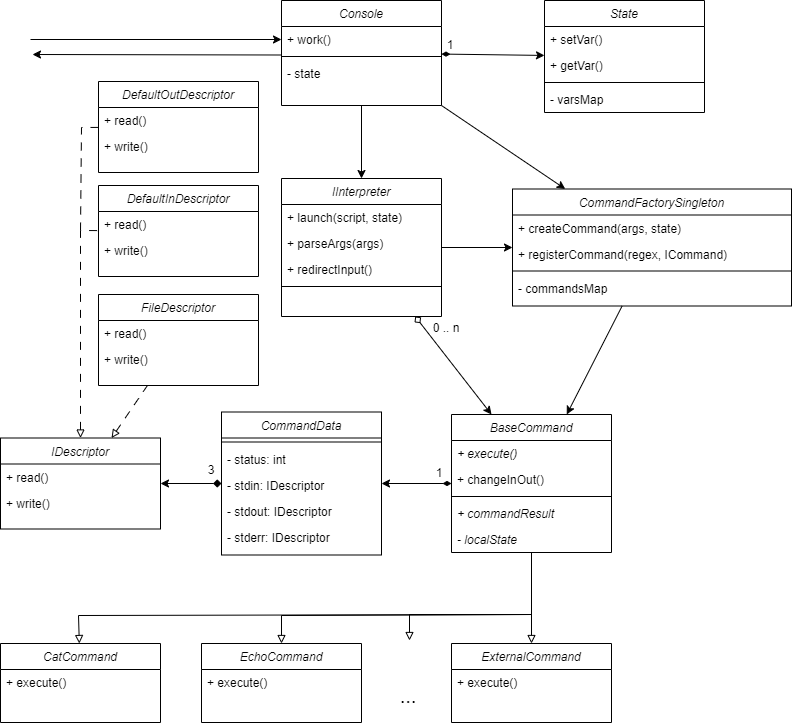
Above: .data/console.png in IThror10/itmo_se (draw.io), before the change. Source tidied: cells renumbered, new cells last; positions are measured from the earlier drawing's top-left corner, leaving out a move shared by most shapes.
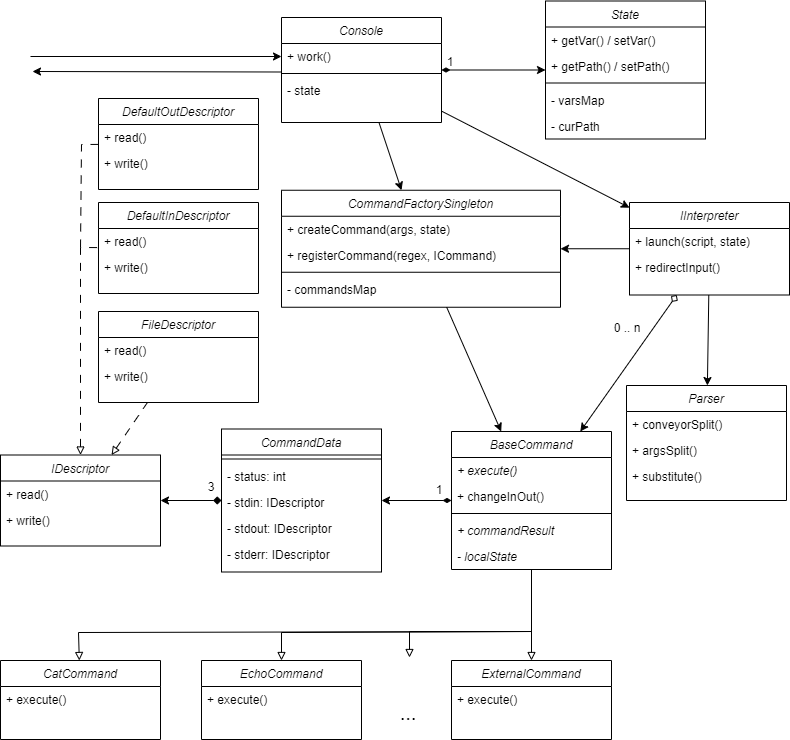
Above is the later version.

Commit message:
[FR-#3.1] Add fixes to architecture diagramm

The edit, as a diff of the source:
```diff
@@ -54,22 +54,16 @@
       <mxGeometry y="26" width="160" height="26" as="geometry" />
     </mxCell>
     <mxCell id="19" value="IInterpreter" style="swimlane;fontStyle=2;align=center;verticalAlign=top;horizontal=1;startSize=26;rounded=0;shadow=0;strokeWidth=1;" parent="1" vertex="1">
-      <mxGeometry x="281" y="178" width="160" height="138" as="geometry" />
+      <mxGeometry x="629" y="185" width="160" height="92.5" as="geometry" />
     </mxCell>
     <mxCell id="20" value="+ launch(script, state)" style="text;align=left;verticalAlign=top;spacingLeft=4;spacingRight=4;overflow=hidden;rounded=0;shadow=0;html=0;" parent="19" vertex="1">
       <mxGeometry y="26" width="160" height="26" as="geometry" />
     </mxCell>
-    <mxCell id="21" value="+ parseArgs(args)" style="text;align=left;verticalAlign=top;spacingLeft=4;spacingRight=4;overflow=hidden;rounded=0;shadow=0;html=0;" parent="19" vertex="1">
-      <mxGeometry y="52" width="160" height="26" as="geometry" />
-    </mxCell>
     <mxCell id="22" value="+ redirectInput()" style="text;align=left;verticalAlign=top;spacingLeft=4;spacingRight=4;overflow=hidden;rounded=0;shadow=0;html=0;" parent="19" vertex="1">
-      <mxGeometry y="78" width="160" height="26" as="geometry" />
+      <mxGeometry y="52" width="160" height="26" as="geometry" />
     </mxCell>
-    <mxCell id="23" style="line;html=1;strokeWidth=1;align=left;verticalAlign=middle;spacingTop=-1;spacingLeft=3;spacingRight=3;labelPosition=right;" parent="19" vertex="1">
-      <mxGeometry y="104" width="160" height="8" as="geometry" />
-    </mxCell>
     <mxCell id="24" value="CommandFactorySingleton" style="swimlane;fontStyle=2;align=center;verticalAlign=top;horizontal=1;startSize=26;rounded=0;shadow=0;strokeWidth=1;" parent="1" vertex="1">
-      <mxGeometry x="512" y="188.5" width="279" height="117" as="geometry" />
+      <mxGeometry x="281" y="172.8" width="279" height="117" as="geometry" />
     </mxCell>
     <mxCell id="25" value="+ createCommand(args, state)" style="text;align=left;verticalAlign=top;spacingLeft=4;spacingRight=4;overflow=hidden;rounded=0;shadow=0;html=0;" parent="24" vertex="1">
       <mxGeometry y="26" width="279" height="26" as="geometry" />
@@ -143,27 +137,30 @@
       <mxGeometry relative="1" as="geometry" />
     </mxCell>
     <mxCell id="43" value="State" style="swimlane;fontStyle=2;align=center;verticalAlign=top;horizontal=1;startSize=26;rounded=0;shadow=0;strokeWidth=1;" parent="1" vertex="1">
-      <mxGeometry x="544" width="160" height="112" as="geometry" />
+      <mxGeometry x="545" y="-16.5" width="160" height="138" as="geometry" />
     </mxCell>
-    <mxCell id="44" value="+ setVar()" style="text;align=left;verticalAlign=top;spacingLeft=4;spacingRight=4;overflow=hidden;rounded=0;shadow=0;html=0;" parent="43" vertex="1">
-      <mxGeometry y="26" width="160" height="26" as="geometry" />
-    </mxCell>
-    <mxCell id="45" value="+ getVar()" style="text;align=left;verticalAlign=top;spacingLeft=4;spacingRight=4;overflow=hidden;rounded=0;shadow=0;html=0;" parent="43" vertex="1">
-      <mxGeometry y="52" width="160" height="26" as="geometry" />
+    <mxCell id="45" value="+ getVar() / setVar()" style="text;align=left;verticalAlign=top;spacingLeft=4;spacingRight=4;overflow=hidden;rounded=0;shadow=0;html=0;" parent="43" vertex="1">
+      <mxGeometry y="26" width="160" height="26" as="geometry" />
     </mxCell>
+    <mxCell id="73" value="+ getPath() / setPath()" style="text;align=left;verticalAlign=top;spacingLeft=4;spacingRight=4;overflow=hidden;rounded=0;shadow=0;html=0;" parent="43" vertex="1">
+      <mxGeometry y="52" width="160" height="26" as="geometry" />
+    </mxCell>
     <mxCell id="46" style="line;html=1;strokeWidth=1;align=left;verticalAlign=middle;spacingTop=-1;spacingLeft=3;spacingRight=3;labelPosition=right;" parent="43" vertex="1">
       <mxGeometry y="78" width="160" height="8" as="geometry" />
     </mxCell>
     <mxCell id="47" value="- varsMap" style="text;align=left;verticalAlign=top;spacingLeft=4;spacingRight=4;overflow=hidden;rounded=0;shadow=0;html=0;" parent="43" vertex="1">
       <mxGeometry y="86" width="160" height="26" as="geometry" />
     </mxCell>
+    <mxCell id="74" value="- curPath" style="text;align=left;verticalAlign=top;spacingLeft=4;spacingRight=4;overflow=hidden;rounded=0;shadow=0;html=0;" parent="43" vertex="1">
+      <mxGeometry y="112" width="160" height="26" as="geometry" />
+    </mxCell>
     <mxCell id="48" style="endArrow=classic;html=1;rounded=0;startArrow=diamondThin;startFill=1;" parent="1" edge="1" source="31" target="43">
       <mxGeometry relative="1" as="geometry" />
     </mxCell>
     <mxCell id="49" value="1" style="text;html=1;align=center;verticalAlign=middle;whiteSpace=wrap;rounded=0;" parent="1" vertex="1">
       <mxGeometry x="420" y="30" width="60" height="30" as="geometry" />
     </mxCell>
-    <mxCell id="50" style="endArrow=classic;html=1;rounded=0;entryX=0.25;entryY=0;entryDx=0;entryDy=0;startArrow=diamond;startFill=0;" parent="1" edge="1" source="19" target="2">
+    <mxCell id="50" style="endArrow=classic;html=1;rounded=0;startArrow=diamond;startFill=0;" parent="1" edge="1" source="19" target="2">
       <mxGeometry relative="1" as="geometry" />
     </mxCell>
     <mxCell id="51" style="endArrow=classic;html=1;rounded=0;" parent="1" edge="1" source="31" target="19">
@@ -239,11 +236,26 @@
     <mxCell id="70" value="3" style="text;html=1;align=center;verticalAlign=middle;whiteSpace=wrap;rounded=0;" parent="1" vertex="1">
       <mxGeometry x="181" y="455" width="60" height="30" as="geometry" />
     </mxCell>
-    <mxCell id="71" style="endArrow=classic;html=1;rounded=0;exitX=1;exitY=1;exitDx=0;exitDy=0;" parent="1" edge="1" source="31" target="24">
+    <mxCell id="71" style="endArrow=classic;html=1;rounded=0;" parent="1" edge="1" source="31" target="24">
       <mxGeometry relative="1" as="geometry" />
     </mxCell>
     <mxCell id="72" value="0 .. n" style="text;html=1;align=center;verticalAlign=middle;whiteSpace=wrap;rounded=0;" parent="1" vertex="1">
-      <mxGeometry x="416" y="313" width="60" height="30" as="geometry" />
+      <mxGeometry x="597" y="296" width="60" height="30" as="geometry" />
     </mxCell>
+    <mxCell id="75" value="Parser" style="swimlane;fontStyle=2;align=center;verticalAlign=top;horizontal=1;startSize=26;rounded=0;shadow=0;strokeWidth=1;" parent="1" vertex="1">
+      <mxGeometry x="626" y="368" width="160" height="115" as="geometry" />
+    </mxCell>
+    <mxCell id="76" value="+ conveyorSplit()" style="text;align=left;verticalAlign=top;spacingLeft=4;spacingRight=4;overflow=hidden;rounded=0;shadow=0;html=0;" parent="75" vertex="1">
+      <mxGeometry y="26" width="160" height="26" as="geometry" />
+    </mxCell>
+    <mxCell id="77" value="+ argsSplit()" style="text;align=left;verticalAlign=top;spacingLeft=4;spacingRight=4;overflow=hidden;rounded=0;shadow=0;html=0;" parent="75" vertex="1">
+      <mxGeometry y="52" width="160" height="26" as="geometry" />
+    </mxCell>
+    <mxCell id="78" value="+ substitute()" style="text;align=left;verticalAlign=top;spacingLeft=4;spacingRight=4;overflow=hidden;rounded=0;shadow=0;html=0;" parent="75" vertex="1">
+      <mxGeometry y="78" width="160" height="26" as="geometry" />
+    </mxCell>
+    <mxCell id="79" style="endArrow=classic;html=1;rounded=0;" parent="1" edge="1" source="19" target="75">
+      <mxGeometry relative="1" as="geometry" />
+    </mxCell>
   </root>
 </mxGraphModel>
```
